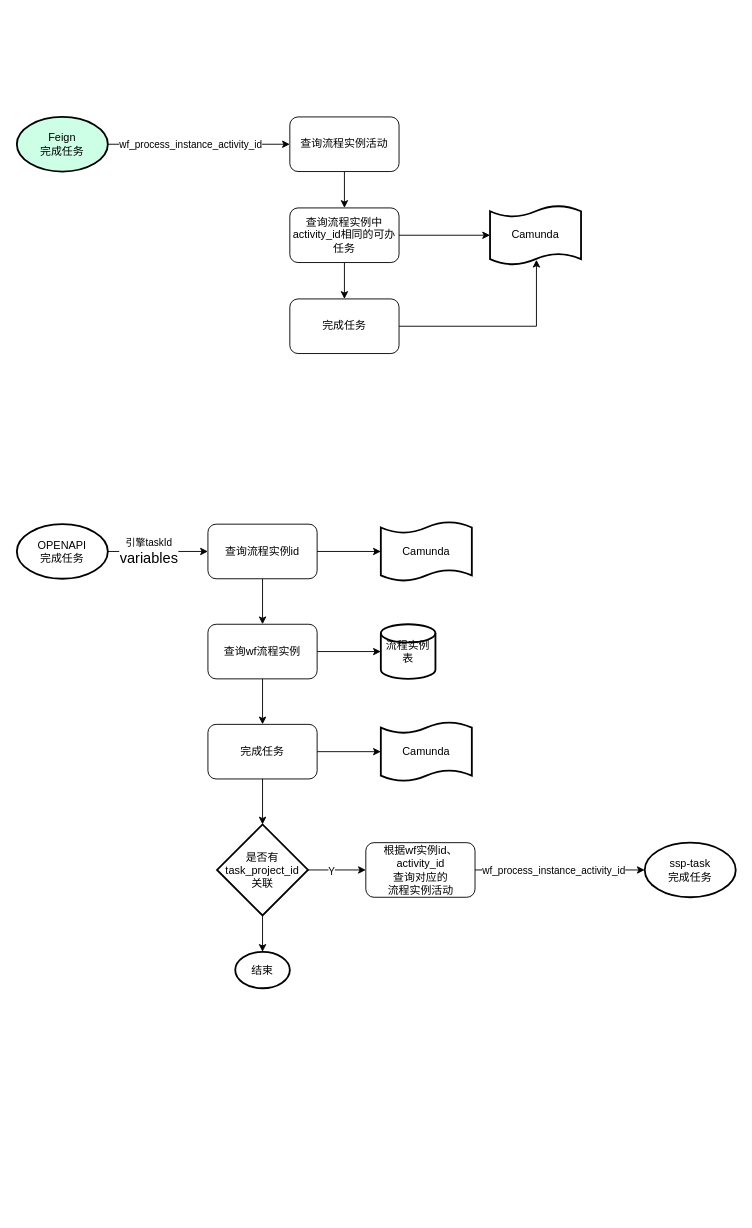
Earlier version of the draw.io diagram geely/ssp/ssp-workflow/完成任务.drawio (icodegarden/drawio). Source tidied: cells renumbered, new cells numbered last; positions are measured from the earlier drawing's top-left corner, leaving out a move shared by most shapes. Both pictures are drawn from the tidied source at 91%, with x=0, y=0 at pixel (16, 116).
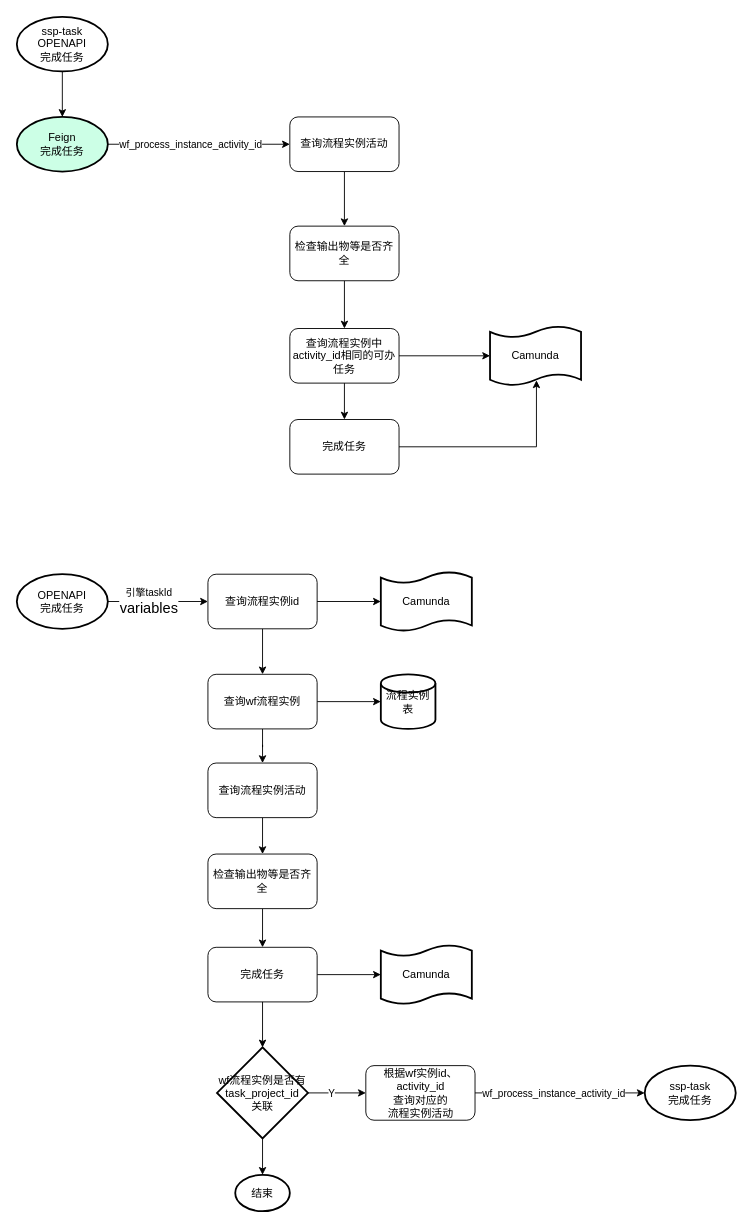
Above is the later version.

Commit message:
更新完成任务.drawio

The change refers to these unchanged cells:
```xml
<mxCell id="7" value="&lt;div&gt;&lt;/div&gt;&lt;div&gt;Feign&lt;/div&gt;&lt;div&gt;完成任务&lt;/div&gt;" style="strokeWidth=2;html=1;shape=mxgraph.flowchart.start_1;whiteSpace=wrap;fillColor=#CCFFE6;" parent="1" vertex="1">
  <mxGeometry width="100" height="60" as="geometry" />
</mxCell>
<mxCell id="30" value="查询&lt;span style=&quot;background-color: initial;&quot;&gt;流程实例活动&lt;/span&gt;" style="rounded=1;whiteSpace=wrap;html=1;" parent="1" vertex="1">
  <mxGeometry x="300" width="120" height="60" as="geometry" />
</mxCell>
```

Change to the diagram source:
```diff
@@
     <mxCell id="4" value="OPENAPI&lt;div&gt;完成任务&lt;/div&gt;" style="strokeWidth=2;html=1;shape=mxgraph.flowchart.start_1;whiteSpace=wrap;" parent="1" vertex="1">
-      <mxGeometry y="447.5" width="100" height="60" as="geometry" />
+      <mxGeometry y="502.5" width="100" height="60" as="geometry" />
     </mxCell>
@@
     <mxCell id="9" value="查询流程实例id" style="rounded=1;whiteSpace=wrap;html=1;" parent="1" vertex="1">
-      <mxGeometry x="210" y="447.5" width="120" height="60" as="geometry" />
+      <mxGeometry x="210" y="502.5" width="120" height="60" as="geometry" />
     </mxCell>
     <mxCell id="10" value="Camunda" style="shape=tape;whiteSpace=wrap;html=1;strokeWidth=2;size=0.19;" parent="1" vertex="1">
-      <mxGeometry x="400" y="445" width="100" height="65" as="geometry" />
+      <mxGeometry x="400" y="500" width="100" height="65" as="geometry" />
     </mxCell>
@@
-    <mxCell id="13" style="edgeStyle=orthogonalEdgeStyle;rounded=0;jettySize=auto;html=1;entryX=0.5;entryY=0;entryDx=0;entryDy=0;" parent="1" edge="1" source="14" target="21">
-      <mxGeometry relative="1" as="geometry" />
-    </mxCell>
+    <mxCell id="37" style="edgeStyle=orthogonalEdgeStyle;rounded=0;jettySize=auto;html=1;" parent="1" edge="1" source="14" target="43">
+      <mxGeometry relative="1" as="geometry" />
+    </mxCell>
     <mxCell id="14" value="查询wf流程实例" style="rounded=1;whiteSpace=wrap;html=1;" parent="1" vertex="1">
-      <mxGeometry x="210" y="557.5" width="120" height="60" as="geometry" />
+      <mxGeometry x="210" y="612.5" width="120" height="60" as="geometry" />
     </mxCell>
     <mxCell id="15" value="流程实例表" style="strokeWidth=2;html=1;shape=mxgraph.flowchart.database;whiteSpace=wrap;" parent="1" vertex="1">
-      <mxGeometry x="400" y="557.5" width="60" height="60" as="geometry" />
+      <mxGeometry x="400" y="612.5" width="60" height="60" as="geometry" />
     </mxCell>
@@
-    <mxCell id="19" value="是否有&lt;div&gt;task_project_id&lt;/div&gt;&lt;div&gt;关联&lt;/div&gt;" style="strokeWidth=2;html=1;shape=mxgraph.flowchart.decision;whiteSpace=wrap;direction=south;" parent="1" vertex="1">
-      <mxGeometry x="220" y="777.5" width="100" height="100" as="geometry" />
+    <mxCell id="19" value="wf流程实例是否有&lt;div&gt;task_project_id&lt;/div&gt;&lt;div&gt;关联&lt;/div&gt;" style="strokeWidth=2;html=1;shape=mxgraph.flowchart.decision;whiteSpace=wrap;direction=south;" parent="1" vertex="1">
+      <mxGeometry x="220" y="1022.5" width="100" height="100" as="geometry" />
     </mxCell>
@@
     <mxCell id="21" value="完成任务" style="rounded=1;whiteSpace=wrap;html=1;" parent="1" vertex="1">
-      <mxGeometry x="210" y="667.5" width="120" height="60" as="geometry" />
+      <mxGeometry x="210" y="912.5" width="120" height="60" as="geometry" />
     </mxCell>
     <mxCell id="22" value="Camunda" style="shape=tape;whiteSpace=wrap;html=1;strokeWidth=2;size=0.19;" parent="1" vertex="1">
-      <mxGeometry x="400" y="665" width="100" height="65" as="geometry" />
+      <mxGeometry x="400" y="910" width="100" height="65" as="geometry" />
     </mxCell>
@@
     <mxCell id="24" value="&lt;div&gt;ssp-task&lt;/div&gt;&lt;div&gt;完成任务&lt;/div&gt;" style="strokeWidth=2;html=1;shape=mxgraph.flowchart.start_1;whiteSpace=wrap;" parent="1" vertex="1">
-      <mxGeometry x="690" y="797.5" width="100" height="60" as="geometry" />
+      <mxGeometry x="690" y="1042.5" width="100" height="60" as="geometry" />
     </mxCell>
@@
     <mxCell id="27" value="根据wf实例id、activity_id&lt;div&gt;查询对应的&lt;div&gt;流程实例活动&lt;/div&gt;&lt;/div&gt;" style="rounded=1;whiteSpace=wrap;html=1;" parent="1" vertex="1">
-      <mxGeometry x="383.5" y="797.5" width="120" height="60" as="geometry" />
+      <mxGeometry x="383.5" y="1042.5" width="120" height="60" as="geometry" />
     </mxCell>
     <mxCell id="28" value="结束" style="ellipse;whiteSpace=wrap;html=1;strokeWidth=2;" parent="1" vertex="1">
-      <mxGeometry x="240" y="917.5" width="60" height="40" as="geometry" />
+      <mxGeometry x="240" y="1162.5" width="60" height="40" as="geometry" />
     </mxCell>
-    <mxCell id="29" style="edgeStyle=orthogonalEdgeStyle;rounded=0;jettySize=auto;html=1;entryX=0.5;entryY=0;entryDx=0;entryDy=0;" parent="1" edge="1" source="30" target="33">
+    <mxCell id="29" style="edgeStyle=orthogonalEdgeStyle;rounded=0;jettySize=auto;html=1;entryX=0.5;entryY=0;entryDx=0;entryDy=0;" parent="1" edge="1" source="30" target="41">
       <mxGeometry relative="1" as="geometry" />
     </mxCell>
@@
     <mxCell id="31" value="Camunda" style="shape=tape;whiteSpace=wrap;html=1;strokeWidth=2;size=0.19;" parent="1" vertex="1">
-      <mxGeometry x="520" y="97.5" width="100" height="65" as="geometry" />
+      <mxGeometry x="520" y="230" width="100" height="65" as="geometry" />
     </mxCell>
@@
     <mxCell id="33" value="查询流程实例中&lt;div&gt;activity_id相同的可办任务&lt;br&gt;&lt;/div&gt;" style="rounded=1;whiteSpace=wrap;html=1;" parent="1" vertex="1">
-      <mxGeometry x="300" y="100" width="120" height="60" as="geometry" />
+      <mxGeometry x="300" y="232.5" width="120" height="60" as="geometry" />
     </mxCell>
@@
     <mxCell id="35" value="完成任务" style="rounded=1;whiteSpace=wrap;html=1;" parent="1" vertex="1">
-      <mxGeometry x="300" y="200" width="120" height="60" as="geometry" />
+      <mxGeometry x="300" y="332.5" width="120" height="60" as="geometry" />
     </mxCell>
@@
+    <mxCell id="38" value="&lt;div&gt;ssp-task&lt;/div&gt;OPENAPI&lt;div&gt;完成任务&lt;/div&gt;" style="strokeWidth=2;html=1;shape=mxgraph.flowchart.start_1;whiteSpace=wrap;" parent="1" vertex="1">
+      <mxGeometry y="-110" width="100" height="60" as="geometry" />
+    </mxCell>
+    <mxCell id="39" style="edgeStyle=orthogonalEdgeStyle;rounded=0;jettySize=auto;html=1;entryX=0.5;entryY=0;entryDx=0;entryDy=0;entryPerimeter=0;" parent="1" edge="1" source="38" target="7">
+      <mxGeometry relative="1" as="geometry" />
+    </mxCell>
+    <mxCell id="40" style="edgeStyle=orthogonalEdgeStyle;rounded=0;jettySize=auto;html=1;" parent="1" edge="1" source="41" target="33">
+      <mxGeometry relative="1" as="geometry" />
+    </mxCell>
+    <mxCell id="41" value="检查输出物等是否齐全" style="rounded=1;whiteSpace=wrap;html=1;" parent="1" vertex="1">
+      <mxGeometry x="300" y="120" width="120" height="60" as="geometry" />
+    </mxCell>
+    <mxCell id="42" style="edgeStyle=orthogonalEdgeStyle;rounded=0;jettySize=auto;html=1;entryX=0.5;entryY=0;entryDx=0;entryDy=0;" parent="1" edge="1" source="43" target="45">
+      <mxGeometry relative="1" as="geometry" />
+    </mxCell>
+    <mxCell id="43" value="查询&lt;span style=&quot;background-color: initial;&quot;&gt;流程实例活动&lt;/span&gt;" style="rounded=1;whiteSpace=wrap;html=1;" parent="1" vertex="1">
+      <mxGeometry x="210" y="710" width="120" height="60" as="geometry" />
+    </mxCell>
+    <mxCell id="44" style="edgeStyle=orthogonalEdgeStyle;rounded=0;jettySize=auto;html=1;" parent="1" edge="1" source="45" target="21">
+      <mxGeometry relative="1" as="geometry" />
+    </mxCell>
+    <mxCell id="45" value="检查输出物等是否齐全" style="rounded=1;whiteSpace=wrap;html=1;" parent="1" vertex="1">
+      <mxGeometry x="210" y="810" width="120" height="60" as="geometry" />
+    </mxCell>
```
